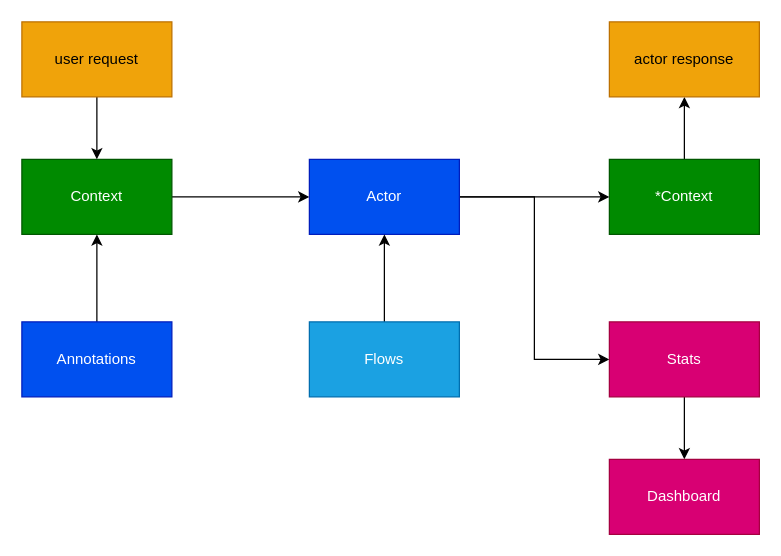
deeppavlov/chatsky keeps this draw.io diagram as drawio/6_annotations.dio. Above is the earlier version. Source tidied: cells renumbered, new cells numbered last; positions are measured from the earlier drawing's top-left corner, leaving out a move shared by most shapes. Both pictures are drawn from the tidied source at 125%, with x=0, y=0 at pixel (21, 21).
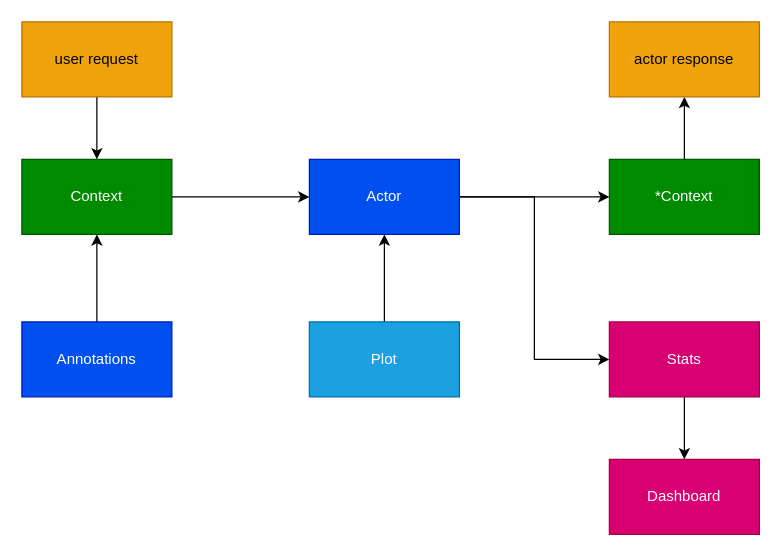
The same diagram, later.

What changed in the source:
```diff
@@
 <mxGraphModel>
   <root>
     <mxCell id="0" />
     <mxCell id="1" parent="0" />
     <mxCell id="2" style="edgeStyle=orthogonalEdgeStyle;rounded=0;jettySize=auto;html=1;" parent="1" edge="1" source="3" target="8">
       <mxGeometry relative="1" as="geometry" />
     </mxCell>
     <mxCell id="3" value="Context" style="rounded=0;whiteSpace=wrap;html=1;fillColor=#008a00;strokeColor=#005700;fontColor=#ffffff;" parent="1" vertex="1">
       <mxGeometry y="110" width="120" height="60" as="geometry" />
     </mxCell>
     <mxCell id="4" style="edgeStyle=orthogonalEdgeStyle;rounded=0;jettySize=auto;html=1;" parent="1" edge="1" source="5" target="13">
       <mxGeometry relative="1" as="geometry" />
     </mxCell>
     <mxCell id="5" value="*Context" style="rounded=0;whiteSpace=wrap;html=1;fillColor=#008a00;strokeColor=#005700;fontColor=#ffffff;" parent="1" vertex="1">
       <mxGeometry x="470" y="110" width="120" height="60" as="geometry" />
     </mxCell>
     <mxCell id="6" style="edgeStyle=orthogonalEdgeStyle;rounded=0;jettySize=auto;html=1;" parent="1" edge="1" source="8" target="5">
       <mxGeometry relative="1" as="geometry" />
     </mxCell>
     <mxCell id="7" style="edgeStyle=orthogonalEdgeStyle;rounded=0;jettySize=auto;html=1;entryX=0;entryY=0.5;entryDx=0;entryDy=0;" parent="1" edge="1" source="8" target="15">
       <mxGeometry relative="1" as="geometry" />
     </mxCell>
     <mxCell id="8" value="Actor" style="rounded=0;whiteSpace=wrap;html=1;fillColor=#0050ef;strokeColor=#001DBC;fontColor=#ffffff;" parent="1" vertex="1">
       <mxGeometry x="230" y="110" width="120" height="60" as="geometry" />
     </mxCell>
     <mxCell id="9" style="edgeStyle=orthogonalEdgeStyle;rounded=0;jettySize=auto;html=1;" parent="1" edge="1" source="10" target="8">
       <mxGeometry relative="1" as="geometry" />
     </mxCell>
-    <mxCell id="10" value="Flows" style="rounded=0;whiteSpace=wrap;html=1;fillColor=#1ba1e2;strokeColor=#006EAF;fontColor=#ffffff;" parent="1" vertex="1">
+    <mxCell id="10" value="Plot" style="rounded=0;whiteSpace=wrap;html=1;fillColor=#1ba1e2;strokeColor=#006EAF;fontColor=#ffffff;" parent="1" vertex="1">
       <mxGeometry x="230" y="240" width="120" height="60" as="geometry" />
     </mxCell>
     <mxCell id="11" style="edgeStyle=orthogonalEdgeStyle;rounded=0;jettySize=auto;html=1;" parent="1" edge="1" source="12" target="3">
       <mxGeometry relative="1" as="geometry" />
     </mxCell>
     <mxCell id="12" value="user request" style="rounded=0;whiteSpace=wrap;html=1;fillColor=#f0a30a;strokeColor=#BD7000;fontColor=#000000;" parent="1" vertex="1">
       <mxGeometry width="120" height="60" as="geometry" />
     </mxCell>
     <mxCell id="13" value="actor response" style="rounded=0;whiteSpace=wrap;html=1;fillColor=#f0a30a;strokeColor=#BD7000;fontColor=#000000;" parent="1" vertex="1">
       <mxGeometry x="470" width="120" height="60" as="geometry" />
     </mxCell>
     <mxCell id="14" style="edgeStyle=orthogonalEdgeStyle;rounded=0;jettySize=auto;html=1;entryX=0.5;entryY=0;entryDx=0;entryDy=0;" parent="1" edge="1" source="15" target="16">
       <mxGeometry relative="1" as="geometry" />
     </mxCell>
     <mxCell id="15" value="Stats" style="rounded=0;whiteSpace=wrap;html=1;fillColor=#d80073;strokeColor=#A50040;fontColor=#ffffff;" parent="1" vertex="1">
       <mxGeometry x="470" y="240" width="120" height="60" as="geometry" />
     </mxCell>
     <mxCell id="16" value="Dashboard&lt;br&gt;" style="rounded=0;whiteSpace=wrap;html=1;fillColor=#d80073;strokeColor=#A50040;fontColor=#ffffff;" parent="1" vertex="1">
       <mxGeometry x="470" y="350" width="120" height="60" as="geometry" />
     </mxCell>
     <mxCell id="17" style="edgeStyle=orthogonalEdgeStyle;rounded=0;jettySize=auto;html=1;entryX=0.5;entryY=1;entryDx=0;entryDy=0;" parent="1" edge="1" source="18" target="3">
       <mxGeometry relative="1" as="geometry" />
     </mxCell>
     <mxCell id="18" value="Annotations" style="rounded=0;whiteSpace=wrap;html=1;fillColor=#0050ef;strokeColor=#001DBC;fontColor=#ffffff;" parent="1" vertex="1">
       <mxGeometry y="240" width="120" height="60" as="geometry" />
     </mxCell>
   </root>
 </mxGraphModel>
```
